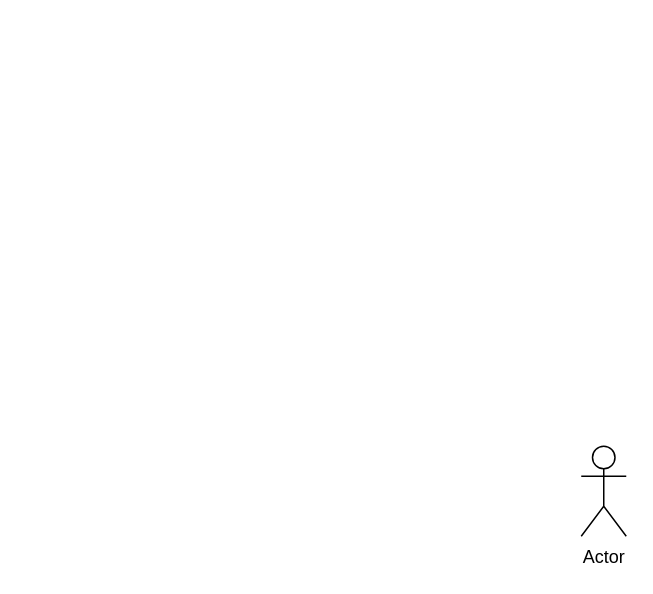
Above: Use Case Model.drawio in DavidTimothyNam/CSC-131-Final (draw.io), before the change. Source tidied: cells renumbered, new cells numbered last; positions are measured from the earlier drawing's top-left corner, leaving out a move shared by most shapes. Both pictures are drawn from the tidied source at 150%, with x=0, y=0 at pixel (580, 446).
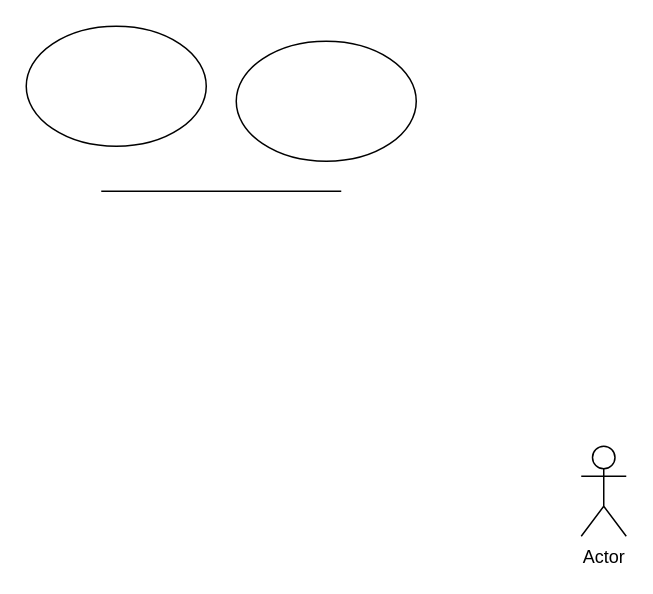
The same page after the edit.

Change to the diagram source:
```diff
@@
 <mxGraphModel>
   <root>
     <mxCell id="0" />
     <mxCell id="1" parent="0" />
     <mxCell id="2" value="Actor" style="shape=umlActor;verticalLabelPosition=bottom;verticalAlign=top;html=1;" parent="1" vertex="1">
       <mxGeometry width="30" height="60" as="geometry" />
     </mxCell>
+    <mxCell id="3" style="ellipse;whiteSpace=wrap;html=1;" parent="1" vertex="1">
+      <mxGeometry x="-370" y="-280" width="120" height="80" as="geometry" />
+    </mxCell>
+    <mxCell id="4" style="ellipse;whiteSpace=wrap;html=1;" parent="1" vertex="1">
+      <mxGeometry x="-230" y="-270" width="120" height="80" as="geometry" />
+    </mxCell>
+    <mxCell id="5" style="endArrow=none;html=1;rounded=0;" parent="1" edge="1">
+      <mxGeometry relative="1" as="geometry">
+        <mxPoint x="-320" y="-170" as="sourcePoint" />
+        <mxPoint x="-160" y="-170" as="targetPoint" />
+      </mxGeometry>
+    </mxCell>
   </root>
 </mxGraphModel>
```
